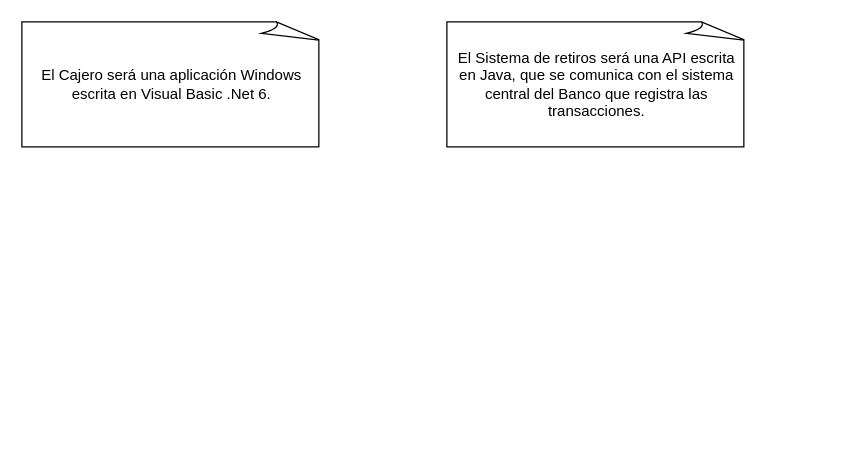
Earlier version of the draw.io diagram page "Vista de Desarrollo" (4 of 7) of Clase5_IS1.drawio.xml (cpaztrillo/utec_isoftware1_2022_2). Source tidied: cells renumbered, new cells numbered last; positions are measured from the earlier drawing's top-left corner, leaving out a move shared by most shapes. Both pictures are drawn from the tidied source at 125%, with x=0, y=0 at pixel (21, 21).
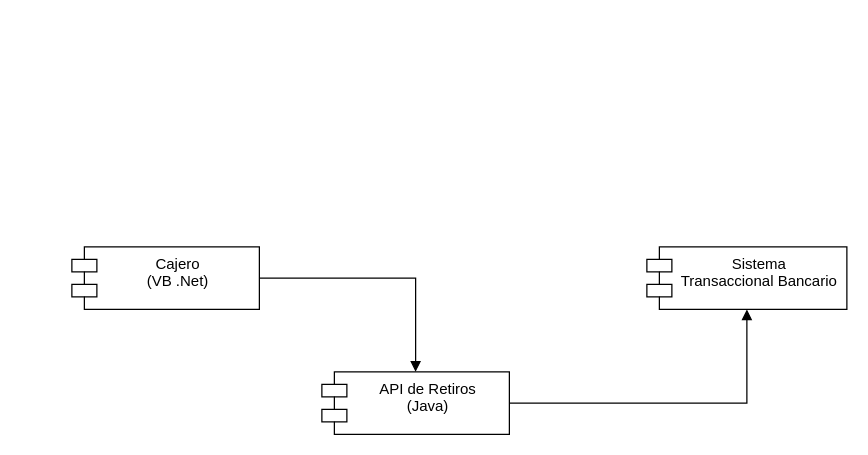
The same diagram, later.

The edit, as a diff of the source:
```diff
@@
 <mxGraphModel>
   <root>
     <mxCell id="0" />
     <mxCell id="1" parent="0" />
-    <mxCell id="2" value="El Cajero será una aplicación Windows escrita en Visual Basic .Net 6.&lt;br&gt;" style="whiteSpace=wrap;html=1;shape=mxgraph.basic.document;" parent="1" vertex="1">
-      <mxGeometry width="240" height="100" as="geometry" />
-    </mxCell>
-    <mxCell id="3" value="El Sistema de retiros será una API escrita en Java, que se comunica con el sistema central del Banco que registra las transacciones." style="whiteSpace=wrap;html=1;shape=mxgraph.basic.document;" parent="1" vertex="1">
-      <mxGeometry x="340" width="240" height="100" as="geometry" />
-    </mxCell>
+    <mxCell id="4" value="Cajero&#10;(VB .Net)" style="shape=module;align=left;spacingLeft=20;align=center;verticalAlign=top;" parent="1" vertex="1">
+      <mxGeometry x="40" y="180" width="150" height="50" as="geometry" />
+    </mxCell>
+    <mxCell id="5" style="endArrow=block;endFill=1;html=1;edgeStyle=orthogonalEdgeStyle;align=left;verticalAlign=top;rounded=0;exitX=1;exitY=0.5;exitDx=0;exitDy=0;" parent="1" edge="1" source="4" target="6">
+      <mxGeometry x="-1" relative="1" as="geometry" />
+    </mxCell>
+    <mxCell id="6" value="API de Retiros&#10;(Java)" style="shape=module;align=left;spacingLeft=20;align=center;verticalAlign=top;" parent="1" vertex="1">
+      <mxGeometry x="240" y="280" width="150" height="50" as="geometry" />
+    </mxCell>
+    <mxCell id="7" value="Sistema &#10;Transaccional Bancario" style="shape=module;align=left;spacingLeft=20;align=center;verticalAlign=top;" parent="1" vertex="1">
+      <mxGeometry x="500" y="180" width="160" height="50" as="geometry" />
+    </mxCell>
+    <mxCell id="8" style="endArrow=block;endFill=1;html=1;edgeStyle=orthogonalEdgeStyle;align=left;verticalAlign=top;rounded=0;entryX=0.5;entryY=1;entryDx=0;entryDy=0;exitX=1;exitY=0.5;exitDx=0;exitDy=0;" parent="1" edge="1" source="6" target="7">
+      <mxGeometry x="-1" relative="1" as="geometry" />
+    </mxCell>
   </root>
 </mxGraphModel>
```
